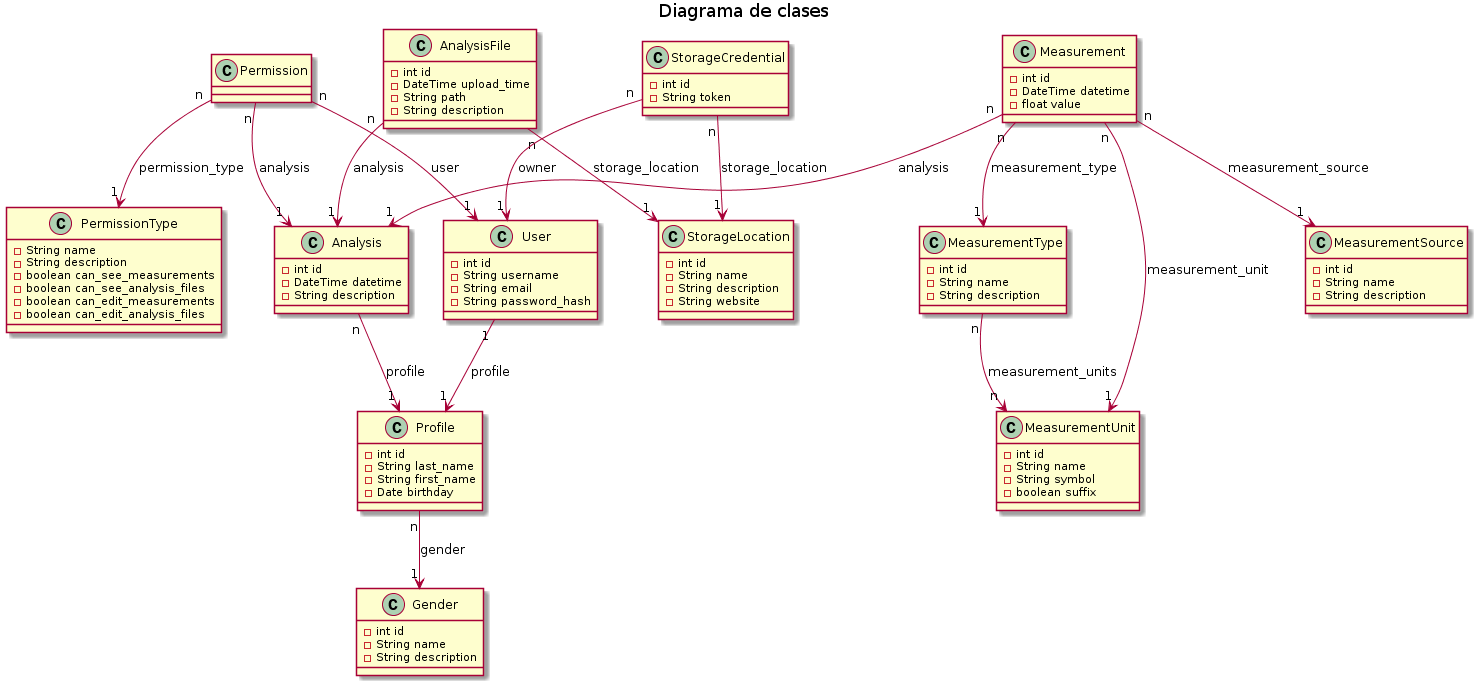
This is uml/diagramaClases.png from yaninagm/doc, a PlantUML export, as it was before one commit.
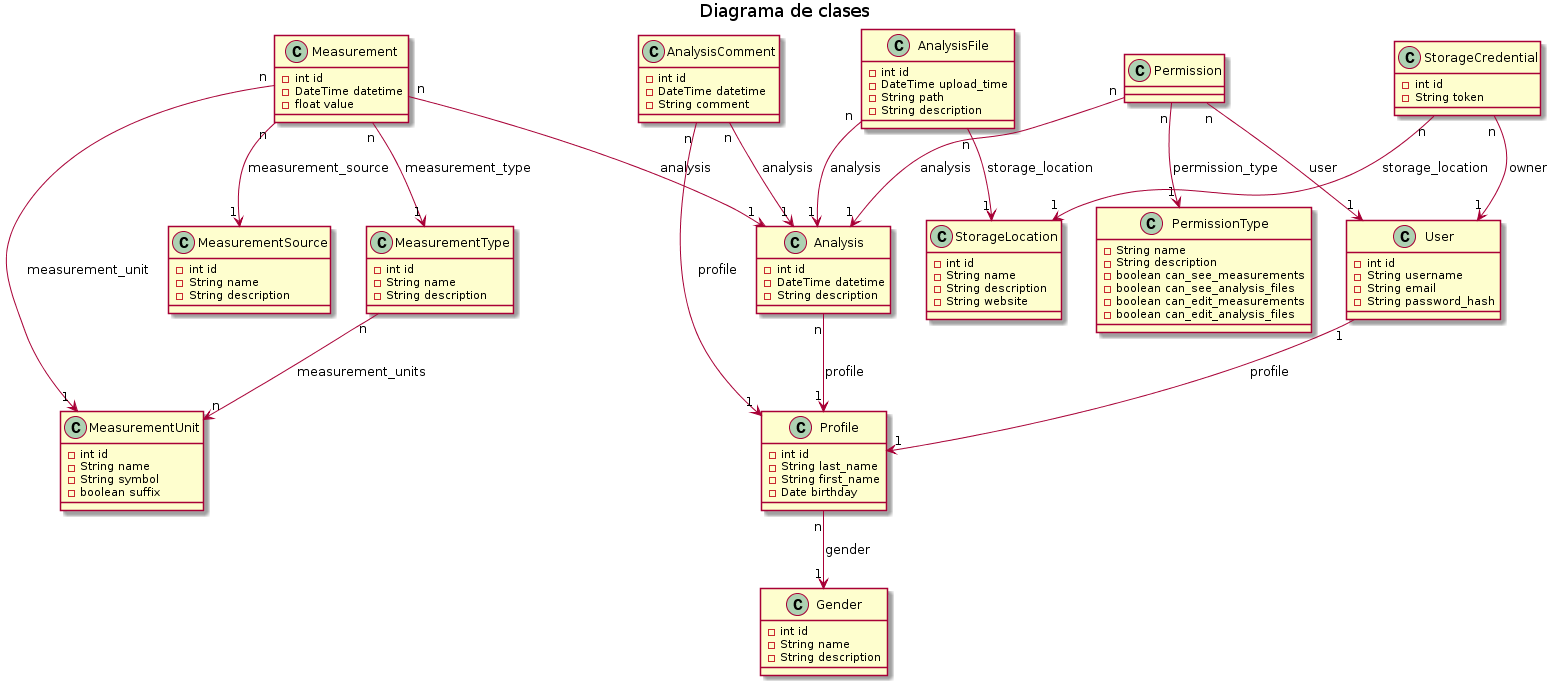
Later version of the same file.

Commit message:
Creación de comentarios para análisis

The edit, as a diff of the source:
```diff
@@ -84,6 +84,11 @@
     -String token
 }
 
+class AnalysisComment {
+    -int id
+    -DateTime datetime
+    -String comment
+}
 
 
 Measurement "n" --> "1" MeasurementUnit : measurement_unit
@@ -101,6 +106,9 @@
 AnalysisFile "n" --> "1" StorageLocation : storage_location
 Analysis "n" --> "1" Profile : profile
 
+AnalysisComment "n" --> "1" Analysis : "analysis"
+AnalysisComment "n" --> "1" Profile : "profile"
+
 Permission "n" --> "1" Analysis : analysis
 Permission "n" --> "1" PermissionType : permission_type
 Permission "n" --> "1" User : user
```
